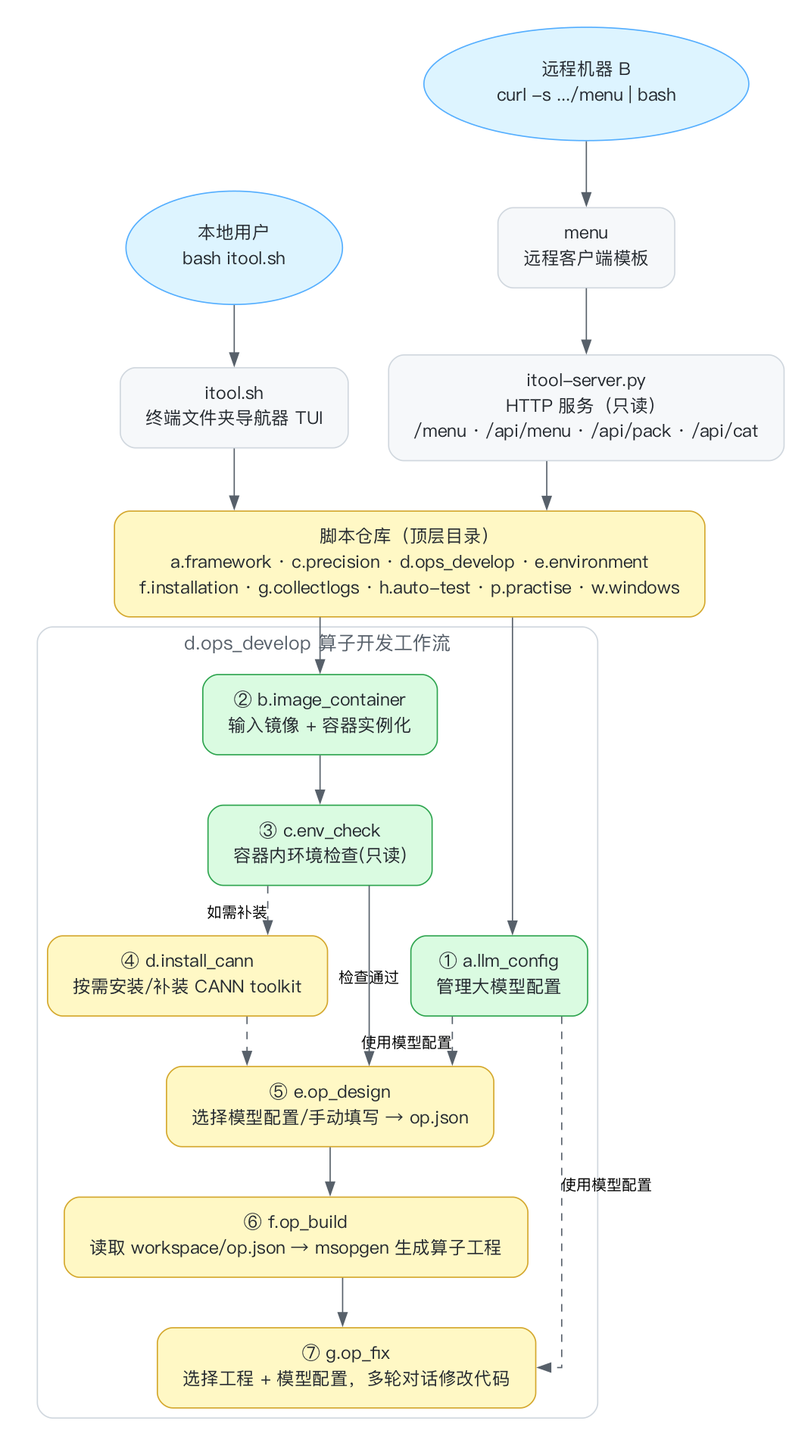
The Graphviz diagram docs/itool-flow.png in qqiushizi/itool, before a commit. Its source is kept beside it as docs/itool-flow.dot.
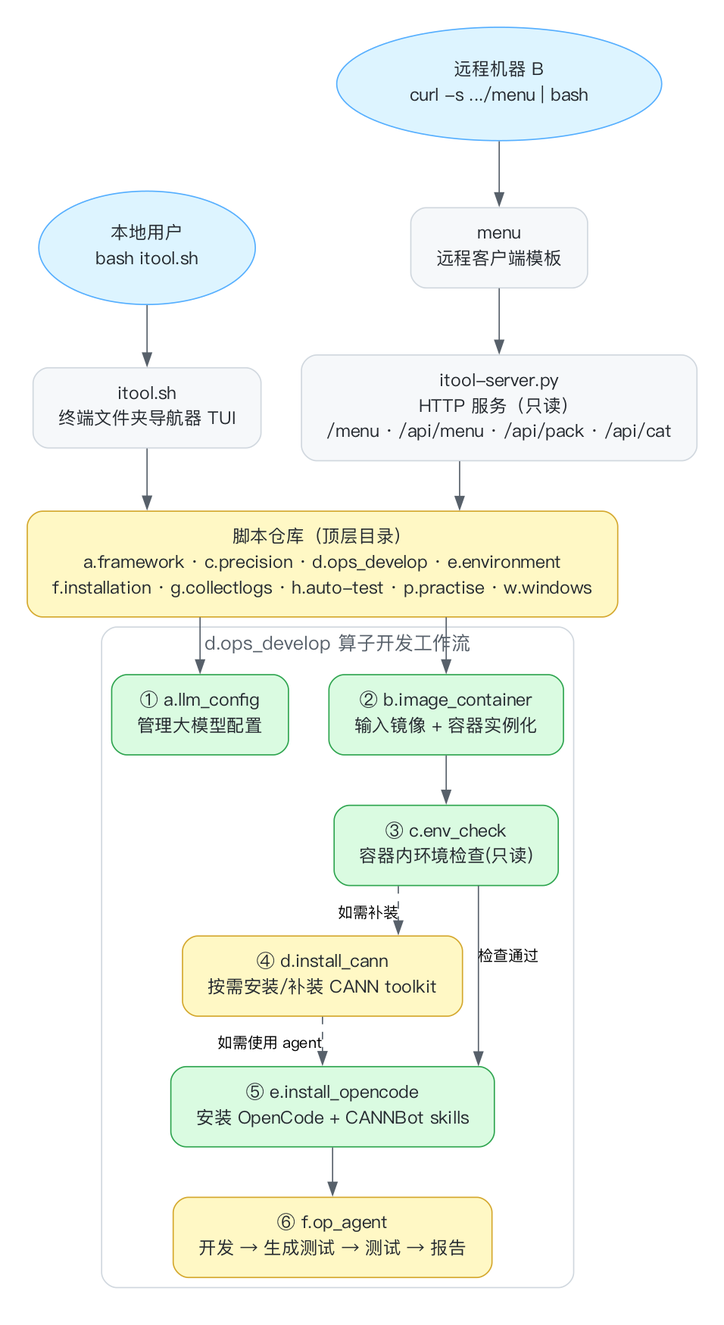
The same file after the commit.

Change to the diagram source:
```diff
@@ -45,9 +45,8 @@
     S1 [label="② b.image_container\n输入镜像 + 容器实例化", fillcolor="#dafbe1", color="#2da44e"];
     S2 [label="③ c.env_check\n容器内环境检查(只读)", fillcolor="#dafbe1", color="#2da44e"];
     S3 [label="④ d.install_cann\n按需安装/补装 CANN toolkit", fillcolor="#fff8c5", color="#d4a72c"];
-    S4 [label="⑤ e.op_design\n选择模型配置/手动填写 → op.json", fillcolor="#fff8c5", color="#d4a72c"];
-    S5 [label="⑥ f.op_build\n读取 workspace/op.json → msopgen 生成算子工程", fillcolor="#fff8c5", color="#d4a72c"];
-    S6 [label="⑦ g.op_fix\n选择工程 + 模型配置，多轮对话修改代码", fillcolor="#fff8c5", color="#d4a72c"];
+    S4 [label="⑤ e.install_opencode\n安装 OpenCode + CANNBot skills", fillcolor="#dafbe1", color="#2da44e"];
+    S5 [label="⑥ f.op_agent\n开发 → 生成测试 → 测试 → 报告", fillcolor="#fff8c5", color="#d4a72c"];
   }
 
   L -> T;
@@ -58,10 +57,7 @@
   REPO -> S1;
   S1 -> S2;
   S2 -> S3 [style=dashed, xlabel="如需补装"];
-  S3 -> S4 [style=dashed];
+  S3 -> S4 [style=dashed, xlabel="如需使用 agent"];
   S2 -> S4 [xlabel="检查通过"];
   S4 -> S5;
-  S5 -> S6;
-  S0 -> S4 [style=dashed, xlabel="使用模型配置"];
-  S0 -> S6 [style=dashed, xlabel="使用模型配置"];
 }
```
